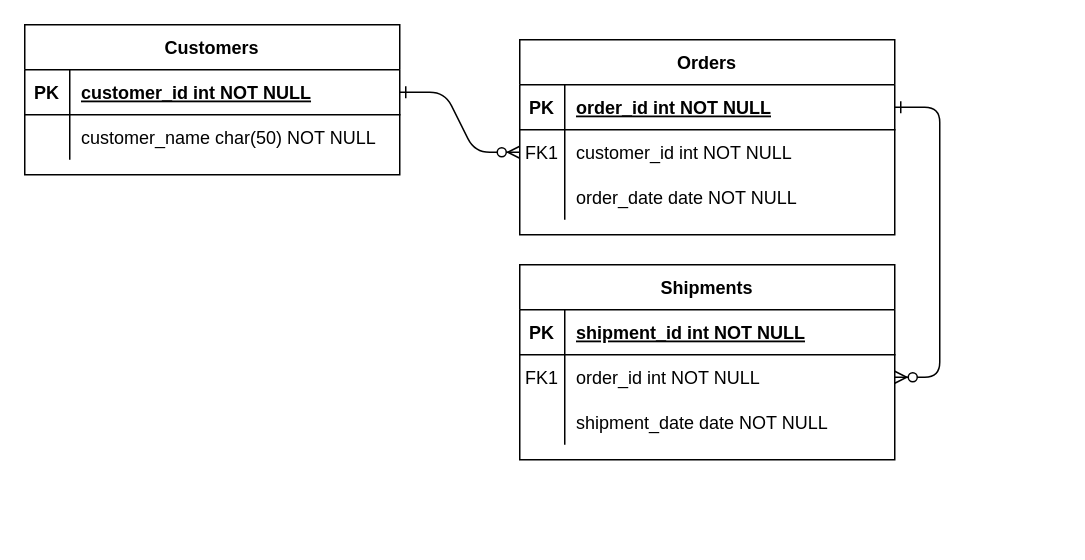
vladyslavpron/paid-subscriptions-tracker keeps this draw.io diagram as backend/database-draw.io.drawio. Above is the earlier version. Source tidied: cells renumbered, new cells numbered last; positions are measured from the earlier drawing's top-left corner, leaving out a move shared by most shapes. Both pictures are drawn from the tidied source at 150%, with x=0, y=0 at pixel (24, 24).
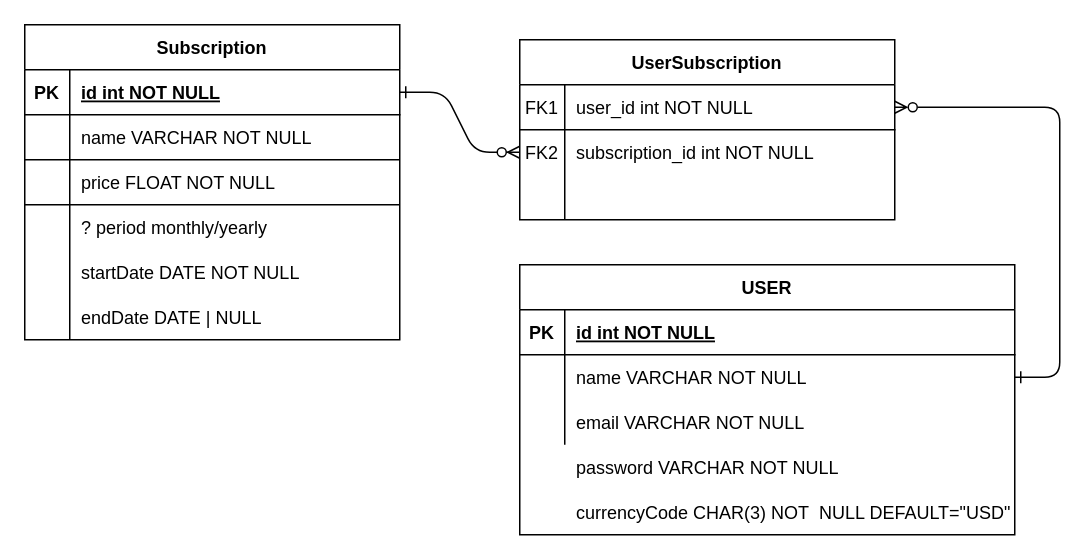
After the change.

Unchanged cells that the change refers to:
```xml
<mxCell id="5" style="shape=partialRectangle;fillColor=none;points=[[0,0.5],[1,0.5]];portConstraint=eastwest;top=0;left=0;right=0;bottom=1;" parent="4" vertex="1">
  <mxGeometry y="30" width="250" height="30" as="geometry" />
</mxCell>
<mxCell id="8" style="shape=partialRectangle;fillColor=none;points=[[0,0.5],[1,0.5]];portConstraint=eastwest;top=0;left=0;right=0;bottom=0;" parent="4" vertex="1">
  <mxGeometry y="60" width="250" height="30" as="geometry" />
</mxCell>
<mxCell id="11" style="shape=partialRectangle;fillColor=none;top=0;left=0;right=0;bottom=0;" parent="4" vertex="1">
  <mxGeometry y="90" width="250" height="30" as="geometry" />
</mxCell>
<mxCell id="25" style="shape=partialRectangle;fillColor=none;points=[[0,0.5],[1,0.5]];portConstraint=eastwest;top=0;left=0;right=0;bottom=1;" parent="24" vertex="1">
  <mxGeometry y="30" width="250" height="30" as="geometry" />
</mxCell>
<mxCell id="28" style="shape=partialRectangle;fillColor=none;top=0;left=0;right=0;bottom=0;" parent="24" vertex="1">
  <mxGeometry y="60" width="250" height="30" as="geometry" />
</mxCell>
```

Change to the diagram source:
```diff
@@
-    <mxCell id="3" style="edgeStyle=entityRelationEdgeStyle;endArrow=ERzeroToMany;startArrow=ERone;endFill=1;startFill=0;" parent="1" edge="1" source="5" target="18">
+    <mxCell id="3" style="edgeStyle=entityRelationEdgeStyle;endArrow=ERone;startArrow=ERzeroToMany;endFill=0;startFill=0;" parent="1" edge="1" source="5" target="18">
       <mxGeometry relative="1" as="geometry" />
     </mxCell>
-    <mxCell id="4" value="Orders" style="shape=table;startSize=30;childLayout=tableLayout;rowLines=0;fontStyle=1;align=center;" parent="1" vertex="1">
-      <mxGeometry x="330" y="10" width="250" height="130" as="geometry" />
+    <mxCell id="4" value="UserSubscription" style="shape=table;startSize=30;childLayout=tableLayout;rowLines=0;fontStyle=1;align=center;" parent="1" vertex="1">
+      <mxGeometry x="330" y="10" width="250" height="120" as="geometry" />
     </mxCell>
@@
-    <mxCell id="6" value="PK" style="shape=partialRectangle;overflow=hidden;fillColor=none;top=0;left=0;bottom=0;right=0;fontStyle=1;" parent="5" vertex="1">
+    <mxCell id="6" value="FK1" style="shape=partialRectangle;overflow=hidden;fillColor=none;top=0;left=0;bottom=0;right=0;fontStyle=0;strokeColor=none;" parent="5" vertex="1">
       <mxGeometry width="30" height="30" as="geometry" />
     </mxCell>
-    <mxCell id="7" value="order_id int NOT NULL " style="shape=partialRectangle;overflow=hidden;fillColor=none;top=0;left=0;bottom=0;right=0;align=left;spacingLeft=6;fontStyle=5;" parent="5" vertex="1">
+    <mxCell id="7" value="user_id int NOT NULL " style="shape=partialRectangle;overflow=hidden;fillColor=none;top=0;left=0;bottom=0;right=0;align=left;spacingLeft=6;fontStyle=0;strokeColor=none;" parent="5" vertex="1">
       <mxGeometry x="30" width="220" height="30" as="geometry" />
     </mxCell>
@@
-    <mxCell id="9" value="FK1" style="shape=partialRectangle;overflow=hidden;fillColor=none;top=0;left=0;bottom=0;right=0;" parent="8" vertex="1">
+    <mxCell id="9" value="FK2" style="shape=partialRectangle;overflow=hidden;fillColor=none;top=0;left=0;bottom=0;right=0;" parent="8" vertex="1">
       <mxGeometry width="30" height="30" as="geometry" />
     </mxCell>
-    <mxCell id="10" value="customer_id int NOT NULL" style="shape=partialRectangle;overflow=hidden;fillColor=none;top=0;left=0;bottom=0;right=0;align=left;spacingLeft=6;" parent="8" vertex="1">
+    <mxCell id="10" value="subscription_id int NOT NULL" style="shape=partialRectangle;overflow=hidden;fillColor=none;top=0;left=0;bottom=0;right=0;align=left;spacingLeft=6;" parent="8" vertex="1">
       <mxGeometry x="30" width="220" height="30" as="geometry" />
     </mxCell>
@@
-    <mxCell id="13" value="order_date date NOT NULL" style="shape=partialRectangle;overflow=hidden;fillColor=none;top=0;left=0;bottom=0;right=0;align=left;spacingLeft=6;" parent="11" vertex="1">
+    <mxCell id="13" style="shape=partialRectangle;overflow=hidden;fillColor=none;top=0;left=0;bottom=0;right=0;align=left;spacingLeft=6;" parent="11" vertex="1">
       <mxGeometry x="30" width="220" height="30" as="geometry" />
     </mxCell>
-    <mxCell id="14" value="Shipments" style="shape=table;startSize=30;childLayout=tableLayout;rowLines=0;fontStyle=1;align=center;" parent="1" vertex="1">
-      <mxGeometry x="330" y="160" width="250" height="130" as="geometry" />
+    <mxCell id="14" value="USER" style="shape=table;startSize=30;childLayout=tableLayout;rowLines=0;fontStyle=1;align=center;" parent="1" vertex="1">
+      <mxGeometry x="330" y="160" width="330" height="180" as="geometry" />
     </mxCell>
     <mxCell id="15" style="shape=partialRectangle;fillColor=none;top=0;left=0;right=0;bottom=1;" parent="14" vertex="1">
-      <mxGeometry y="30" width="250" height="30" as="geometry" />
+      <mxGeometry y="30" width="330" height="30" as="geometry" />
     </mxCell>
@@
-    <mxCell id="17" value="shipment_id int NOT NULL " style="shape=partialRectangle;overflow=hidden;fillColor=none;top=0;left=0;bottom=0;right=0;align=left;spacingLeft=6;fontStyle=5;" parent="15" vertex="1">
-      <mxGeometry x="30" width="220" height="30" as="geometry" />
+    <mxCell id="17" value="id int NOT NULL " style="shape=partialRectangle;overflow=hidden;fillColor=none;top=0;left=0;bottom=0;right=0;align=left;spacingLeft=6;fontStyle=5;" parent="15" vertex="1">
+      <mxGeometry x="30" width="300" height="30" as="geometry" />
     </mxCell>
     <mxCell id="18" style="shape=partialRectangle;fillColor=none;points=[[0,0.5],[1,0.5]];portConstraint=eastwest;top=0;left=0;right=0;bottom=0;" parent="14" vertex="1">
-      <mxGeometry y="60" width="250" height="30" as="geometry" />
+      <mxGeometry y="60" width="330" height="30" as="geometry" />
     </mxCell>
-    <mxCell id="19" value="FK1" style="shape=partialRectangle;overflow=hidden;fillColor=none;top=0;left=0;bottom=0;right=0;" parent="18" vertex="1">
+    <mxCell id="19" style="shape=partialRectangle;overflow=hidden;fillColor=none;top=0;left=0;bottom=0;right=0;" parent="18" vertex="1">
       <mxGeometry width="30" height="30" as="geometry" />
     </mxCell>
-    <mxCell id="20" value="order_id int NOT NULL" style="shape=partialRectangle;overflow=hidden;fillColor=none;top=0;left=0;bottom=0;right=0;align=left;spacingLeft=6;" parent="18" vertex="1">
-      <mxGeometry x="30" width="220" height="30" as="geometry" />
+    <mxCell id="20" value="name VARCHAR NOT NULL" style="shape=partialRectangle;overflow=hidden;fillColor=none;top=0;left=0;bottom=0;right=0;align=left;spacingLeft=6;" parent="18" vertex="1">
+      <mxGeometry x="30" width="300" height="30" as="geometry" />
     </mxCell>
     <mxCell id="21" style="shape=partialRectangle;fillColor=none;top=0;left=0;right=0;bottom=0;" parent="14" vertex="1">
-      <mxGeometry y="90" width="250" height="30" as="geometry" />
+      <mxGeometry y="90" width="330" height="30" as="geometry" />
     </mxCell>
@@
-    <mxCell id="23" value="shipment_date date NOT NULL" style="shape=partialRectangle;overflow=hidden;fillColor=none;top=0;left=0;bottom=0;right=0;align=left;spacingLeft=6;" parent="21" vertex="1">
-      <mxGeometry x="30" width="220" height="30" as="geometry" />
+    <mxCell id="23" value="email VARCHAR NOT NULL" style="shape=partialRectangle;overflow=hidden;fillColor=none;top=0;left=0;bottom=0;right=0;align=left;spacingLeft=6;" parent="21" vertex="1">
+      <mxGeometry x="30" width="300" height="30" as="geometry" />
     </mxCell>
-    <mxCell id="24" value="Customers" style="shape=table;startSize=30;childLayout=tableLayout;rowLines=0;fontStyle=1;align=center;" parent="1" vertex="1">
-      <mxGeometry width="250" height="100" as="geometry" />
+    <mxCell id="24" value="Subscription" style="shape=table;startSize=30;childLayout=tableLayout;rowLines=0;fontStyle=1;align=center;" parent="1" vertex="1">
+      <mxGeometry width="250" height="210" as="geometry" />
     </mxCell>
@@
-    <mxCell id="27" value="customer_id int NOT NULL " style="shape=partialRectangle;overflow=hidden;fillColor=none;top=0;left=0;bottom=0;right=0;align=left;spacingLeft=6;fontStyle=5;" parent="25" vertex="1">
+    <mxCell id="27" value="id int NOT NULL " style="shape=partialRectangle;overflow=hidden;fillColor=none;top=0;left=0;bottom=0;right=0;align=left;spacingLeft=6;fontStyle=5;" parent="25" vertex="1">
       <mxGeometry x="30" width="220" height="30" as="geometry" />
     </mxCell>
@@
-    <mxCell id="30" value="customer_name char(50) NOT NULL" style="shape=partialRectangle;overflow=hidden;fillColor=none;top=0;left=0;bottom=0;right=0;align=left;spacingLeft=6;" parent="28" vertex="1">
+    <mxCell id="30" value="name VARCHAR NOT NULL" style="shape=partialRectangle;overflow=hidden;fillColor=none;top=0;left=0;bottom=0;right=0;align=left;spacingLeft=6;" parent="28" vertex="1">
       <mxGeometry x="30" width="220" height="30" as="geometry" />
     </mxCell>
+    <mxCell id="31" value="price FLOAT NOT NULL" style="shape=partialRectangle;overflow=hidden;fillColor=none;top=0;left=0;bottom=0;right=0;align=left;spacingLeft=6;fontStyle=0;" parent="1" vertex="1">
+      <mxGeometry x="30" y="90" width="220" height="30" as="geometry" />
+    </mxCell>
+    <mxCell id="32" style="shape=partialRectangle;overflow=hidden;fillColor=none;top=0;left=0;bottom=0;right=0;" parent="1" vertex="1">
+      <mxGeometry y="120" width="30" height="30" as="geometry" />
+    </mxCell>
+    <mxCell id="33" style="endArrow=none;html=1;rounded=0;" parent="1" edge="1">
+      <mxGeometry relative="1" as="geometry">
+        <mxPoint y="120" as="sourcePoint" />
+        <mxPoint x="250" y="120" as="targetPoint" />
+      </mxGeometry>
+    </mxCell>
+    <mxCell id="34" style="endArrow=none;html=1;rounded=0;" parent="1" edge="1">
+      <mxGeometry relative="1" as="geometry">
+        <mxPoint y="90" as="sourcePoint" />
+        <mxPoint x="250" y="90" as="targetPoint" />
+      </mxGeometry>
+    </mxCell>
+    <mxCell id="35" style="endArrow=none;html=1;rounded=0;" parent="1" edge="1">
+      <mxGeometry relative="1" as="geometry">
+        <mxPoint x="30" y="90" as="sourcePoint" />
+        <mxPoint x="30" y="210" as="targetPoint" />
+      </mxGeometry>
+    </mxCell>
+    <mxCell id="36" value="? period monthly/yearly" style="shape=partialRectangle;overflow=hidden;fillColor=none;top=0;left=0;bottom=0;right=0;align=left;spacingLeft=6;" parent="1" vertex="1">
+      <mxGeometry x="30" y="120" width="220" height="30" as="geometry" />
+    </mxCell>
+    <mxCell id="37" value="endDate DATE | NULL" style="shape=partialRectangle;overflow=hidden;fillColor=none;top=0;left=0;bottom=0;right=0;align=left;spacingLeft=6;" parent="1" vertex="1">
+      <mxGeometry x="30" y="180" width="220" height="30" as="geometry" />
+    </mxCell>
+    <mxCell id="38" value="startDate DATE NOT NULL" style="shape=partialRectangle;overflow=hidden;fillColor=none;top=0;left=0;bottom=0;right=0;align=left;spacingLeft=6;" parent="1" vertex="1">
+      <mxGeometry x="30" y="150" width="220" height="30" as="geometry" />
+    </mxCell>
+    <mxCell id="39" value="currencyCode CHAR(3) NOT  NULL DEFAULT=&quot;USD&quot;" style="shape=partialRectangle;overflow=hidden;fillColor=none;top=0;left=0;bottom=0;right=0;align=left;spacingLeft=6;" parent="1" vertex="1">
+      <mxGeometry x="360" y="310" width="310" height="30" as="geometry" />
+    </mxCell>
+    <mxCell id="40" value="password VARCHAR NOT NULL" style="shape=partialRectangle;overflow=hidden;fillColor=none;top=0;left=0;bottom=0;right=0;align=left;spacingLeft=6;" parent="1" vertex="1">
+      <mxGeometry x="360" y="280" width="220" height="30" as="geometry" />
+    </mxCell>
```
